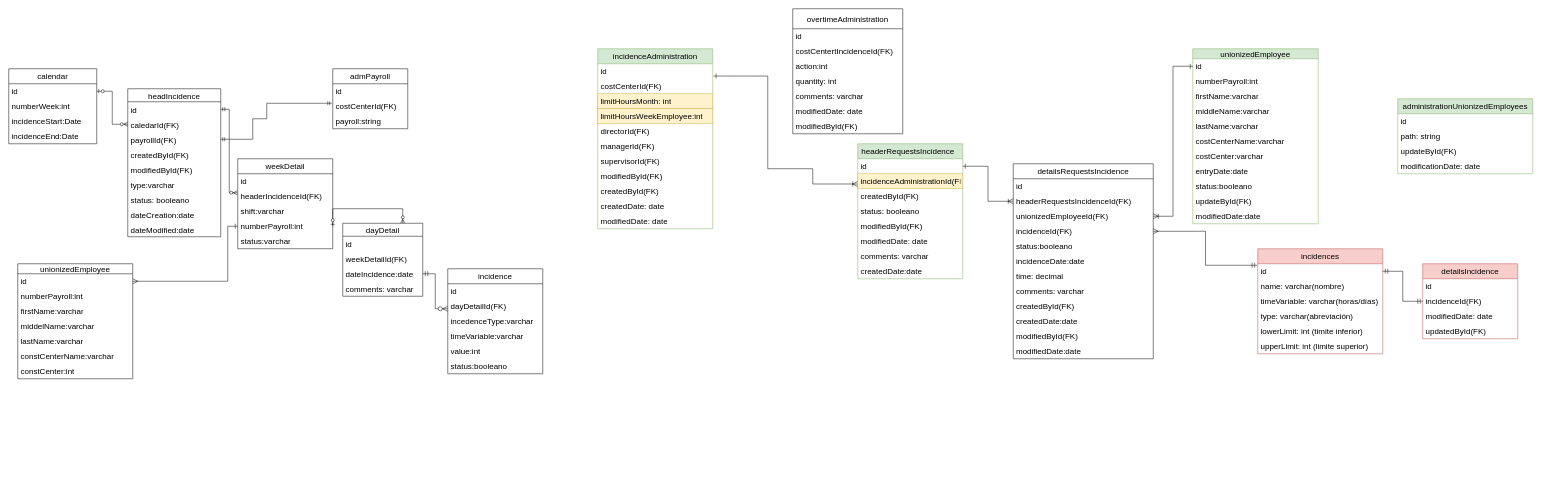
The draw.io diagram page "Page-RelationalDiagram" (1 of 2) of Untitled Diagram.drawio in SocorroGC30/prueba3, before the edit. Source tidied: cells renumbered, new cells numbered last; positions are measured from the earlier drawing's top-left corner, leaving out a move shared by most shapes. Both pictures are drawn from the tidied source at 50%, with x=0, y=0 at pixel (8, 8).
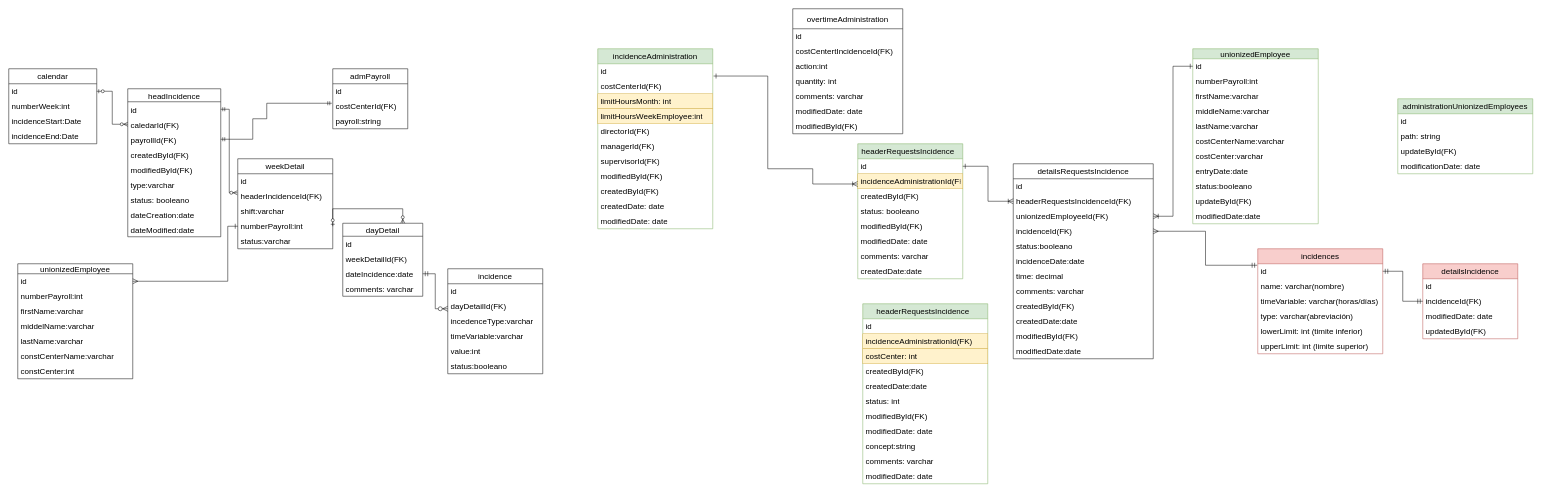
Above is the later version.

Diff of the diagram source:
```diff
@@
+    <mxCell id="129" value="headerRequestsIncidence&amp;nbsp;&amp;nbsp;" style="swimlane;fontStyle=0;horizontal=1;startSize=30;whiteSpace=wrap;html=1;fontSize=16;rounded=0;fillColor=#d5e8d4;strokeColor=#82b366;" parent="1" vertex="1">
+      <mxGeometry x="1708" y="590" width="250" height="360" as="geometry" />
+    </mxCell>
+    <mxCell id="130" value="id" style="text;strokeColor=none;fillColor=none;align=left;verticalAlign=middle;spacingLeft=4;spacingRight=4;overflow=hidden;whiteSpace=wrap;html=1;fontSize=16;rounded=0;" parent="129" vertex="1">
+      <mxGeometry y="30" width="250" height="30" as="geometry" />
+    </mxCell>
+    <mxCell id="131" value="incidenceAdministrationId(FK)" style="text;align=left;verticalAlign=middle;spacingLeft=4;spacingRight=4;overflow=hidden;whiteSpace=wrap;html=1;fontSize=16;rounded=0;fillColor=#fff2cc;strokeColor=#d6b656;" parent="129" vertex="1">
+      <mxGeometry y="60" width="250" height="30" as="geometry" />
+    </mxCell>
+    <mxCell id="132" value="costCenter: int&amp;nbsp;" style="text;align=left;verticalAlign=middle;spacingLeft=4;spacingRight=4;overflow=hidden;whiteSpace=wrap;html=1;fontSize=16;rounded=0;fillColor=#fff2cc;strokeColor=#d6b656;" parent="129" vertex="1">
+      <mxGeometry y="90" width="250" height="30" as="geometry" />
+    </mxCell>
+    <mxCell id="133" value="createdById(FK)" style="text;strokeColor=none;fillColor=none;align=left;verticalAlign=middle;spacingLeft=4;spacingRight=4;overflow=hidden;whiteSpace=wrap;html=1;fontSize=16;rounded=0;" parent="129" vertex="1">
+      <mxGeometry y="120" width="250" height="30" as="geometry" />
+    </mxCell>
+    <mxCell id="134" value="createdDate:date" style="text;strokeColor=none;fillColor=none;align=left;verticalAlign=middle;spacingLeft=4;spacingRight=4;overflow=hidden;whiteSpace=wrap;html=1;fontSize=16;rounded=0;" parent="129" vertex="1">
+      <mxGeometry y="150" width="250" height="30" as="geometry" />
+    </mxCell>
+    <mxCell id="135" value="status: int" style="text;strokeColor=none;fillColor=none;align=left;verticalAlign=middle;spacingLeft=4;spacingRight=4;overflow=hidden;whiteSpace=wrap;html=1;fontSize=16;rounded=0;" parent="129" vertex="1">
+      <mxGeometry y="180" width="250" height="30" as="geometry" />
+    </mxCell>
+    <mxCell id="136" value="modifiedById(FK)" style="text;strokeColor=none;fillColor=none;align=left;verticalAlign=middle;spacingLeft=4;spacingRight=4;overflow=hidden;whiteSpace=wrap;html=1;fontSize=16;rounded=0;" parent="129" vertex="1">
+      <mxGeometry y="210" width="250" height="30" as="geometry" />
+    </mxCell>
+    <mxCell id="137" value="modifiedDate: date" style="text;strokeColor=none;fillColor=none;align=left;verticalAlign=middle;spacingLeft=4;spacingRight=4;overflow=hidden;whiteSpace=wrap;html=1;fontSize=16;rounded=0;" parent="129" vertex="1">
+      <mxGeometry y="240" width="250" height="30" as="geometry" />
+    </mxCell>
+    <mxCell id="138" value="concept:string" style="text;strokeColor=none;fillColor=none;align=left;verticalAlign=middle;spacingLeft=4;spacingRight=4;overflow=hidden;whiteSpace=wrap;html=1;fontSize=16;rounded=0;" parent="129" vertex="1">
+      <mxGeometry y="270" width="250" height="30" as="geometry" />
+    </mxCell>
+    <mxCell id="139" value="comments: varchar" style="text;strokeColor=none;fillColor=none;align=left;verticalAlign=middle;spacingLeft=4;spacingRight=4;overflow=hidden;whiteSpace=wrap;html=1;fontSize=16;rounded=0;" parent="129" vertex="1">
+      <mxGeometry y="300" width="250" height="30" as="geometry" />
+    </mxCell>
+    <mxCell id="140" value="modifiedDate: date" style="text;strokeColor=none;fillColor=none;align=left;verticalAlign=middle;spacingLeft=4;spacingRight=4;overflow=hidden;whiteSpace=wrap;html=1;fontSize=16;rounded=0;" parent="129" vertex="1">
+      <mxGeometry y="330" width="250" height="30" as="geometry" />
+    </mxCell>
```
